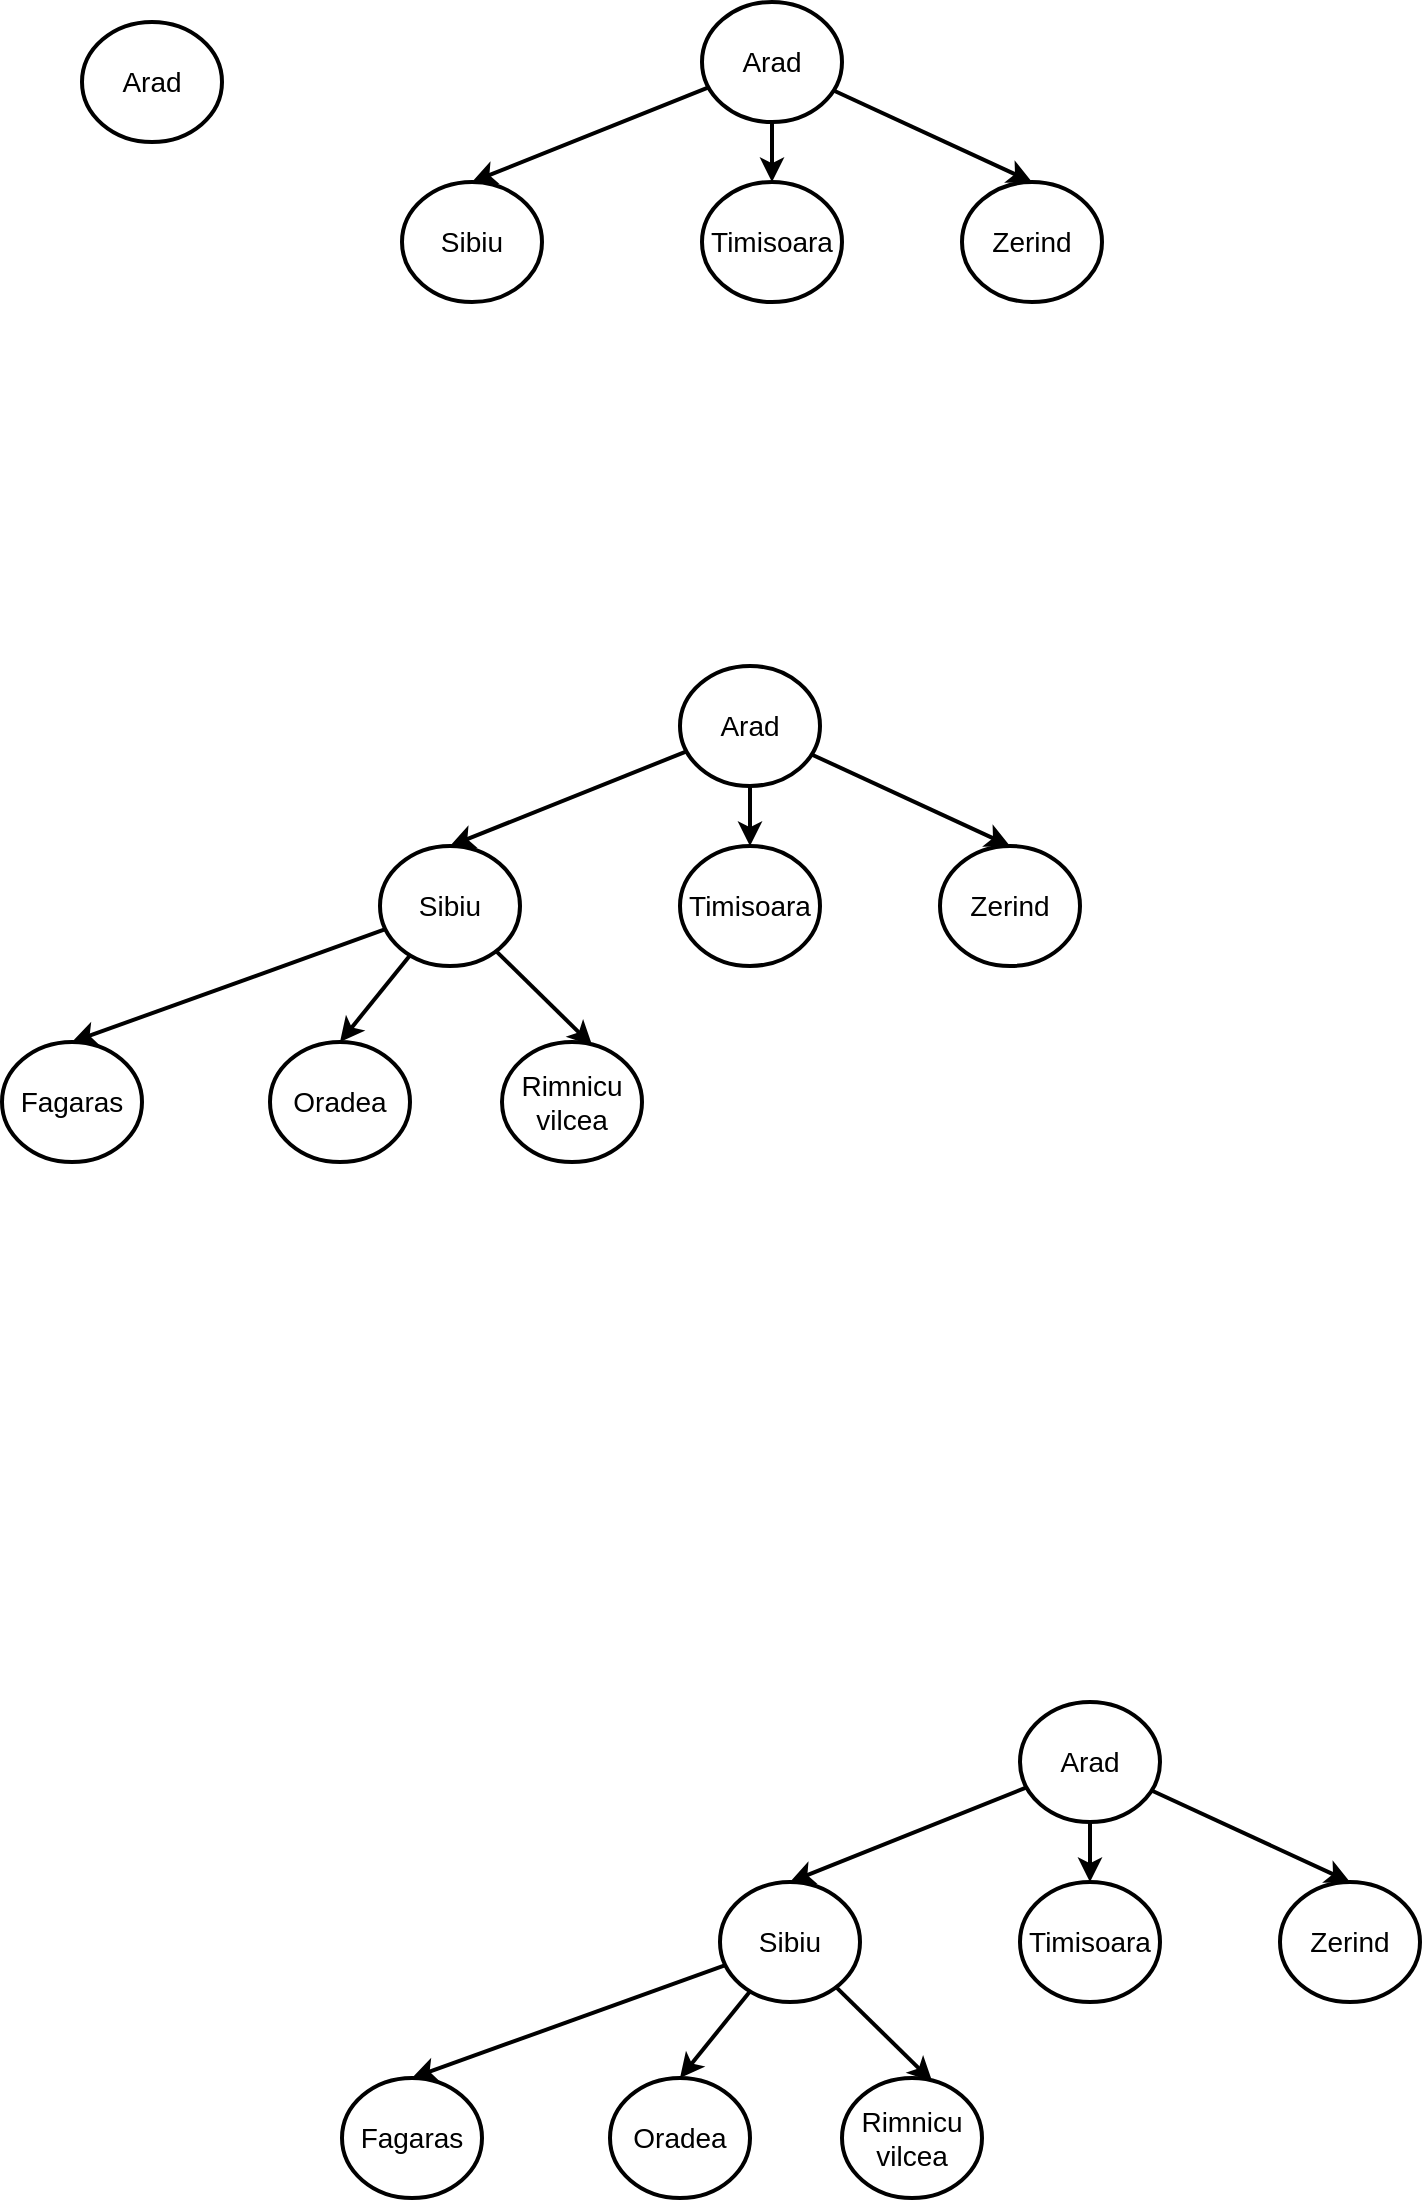
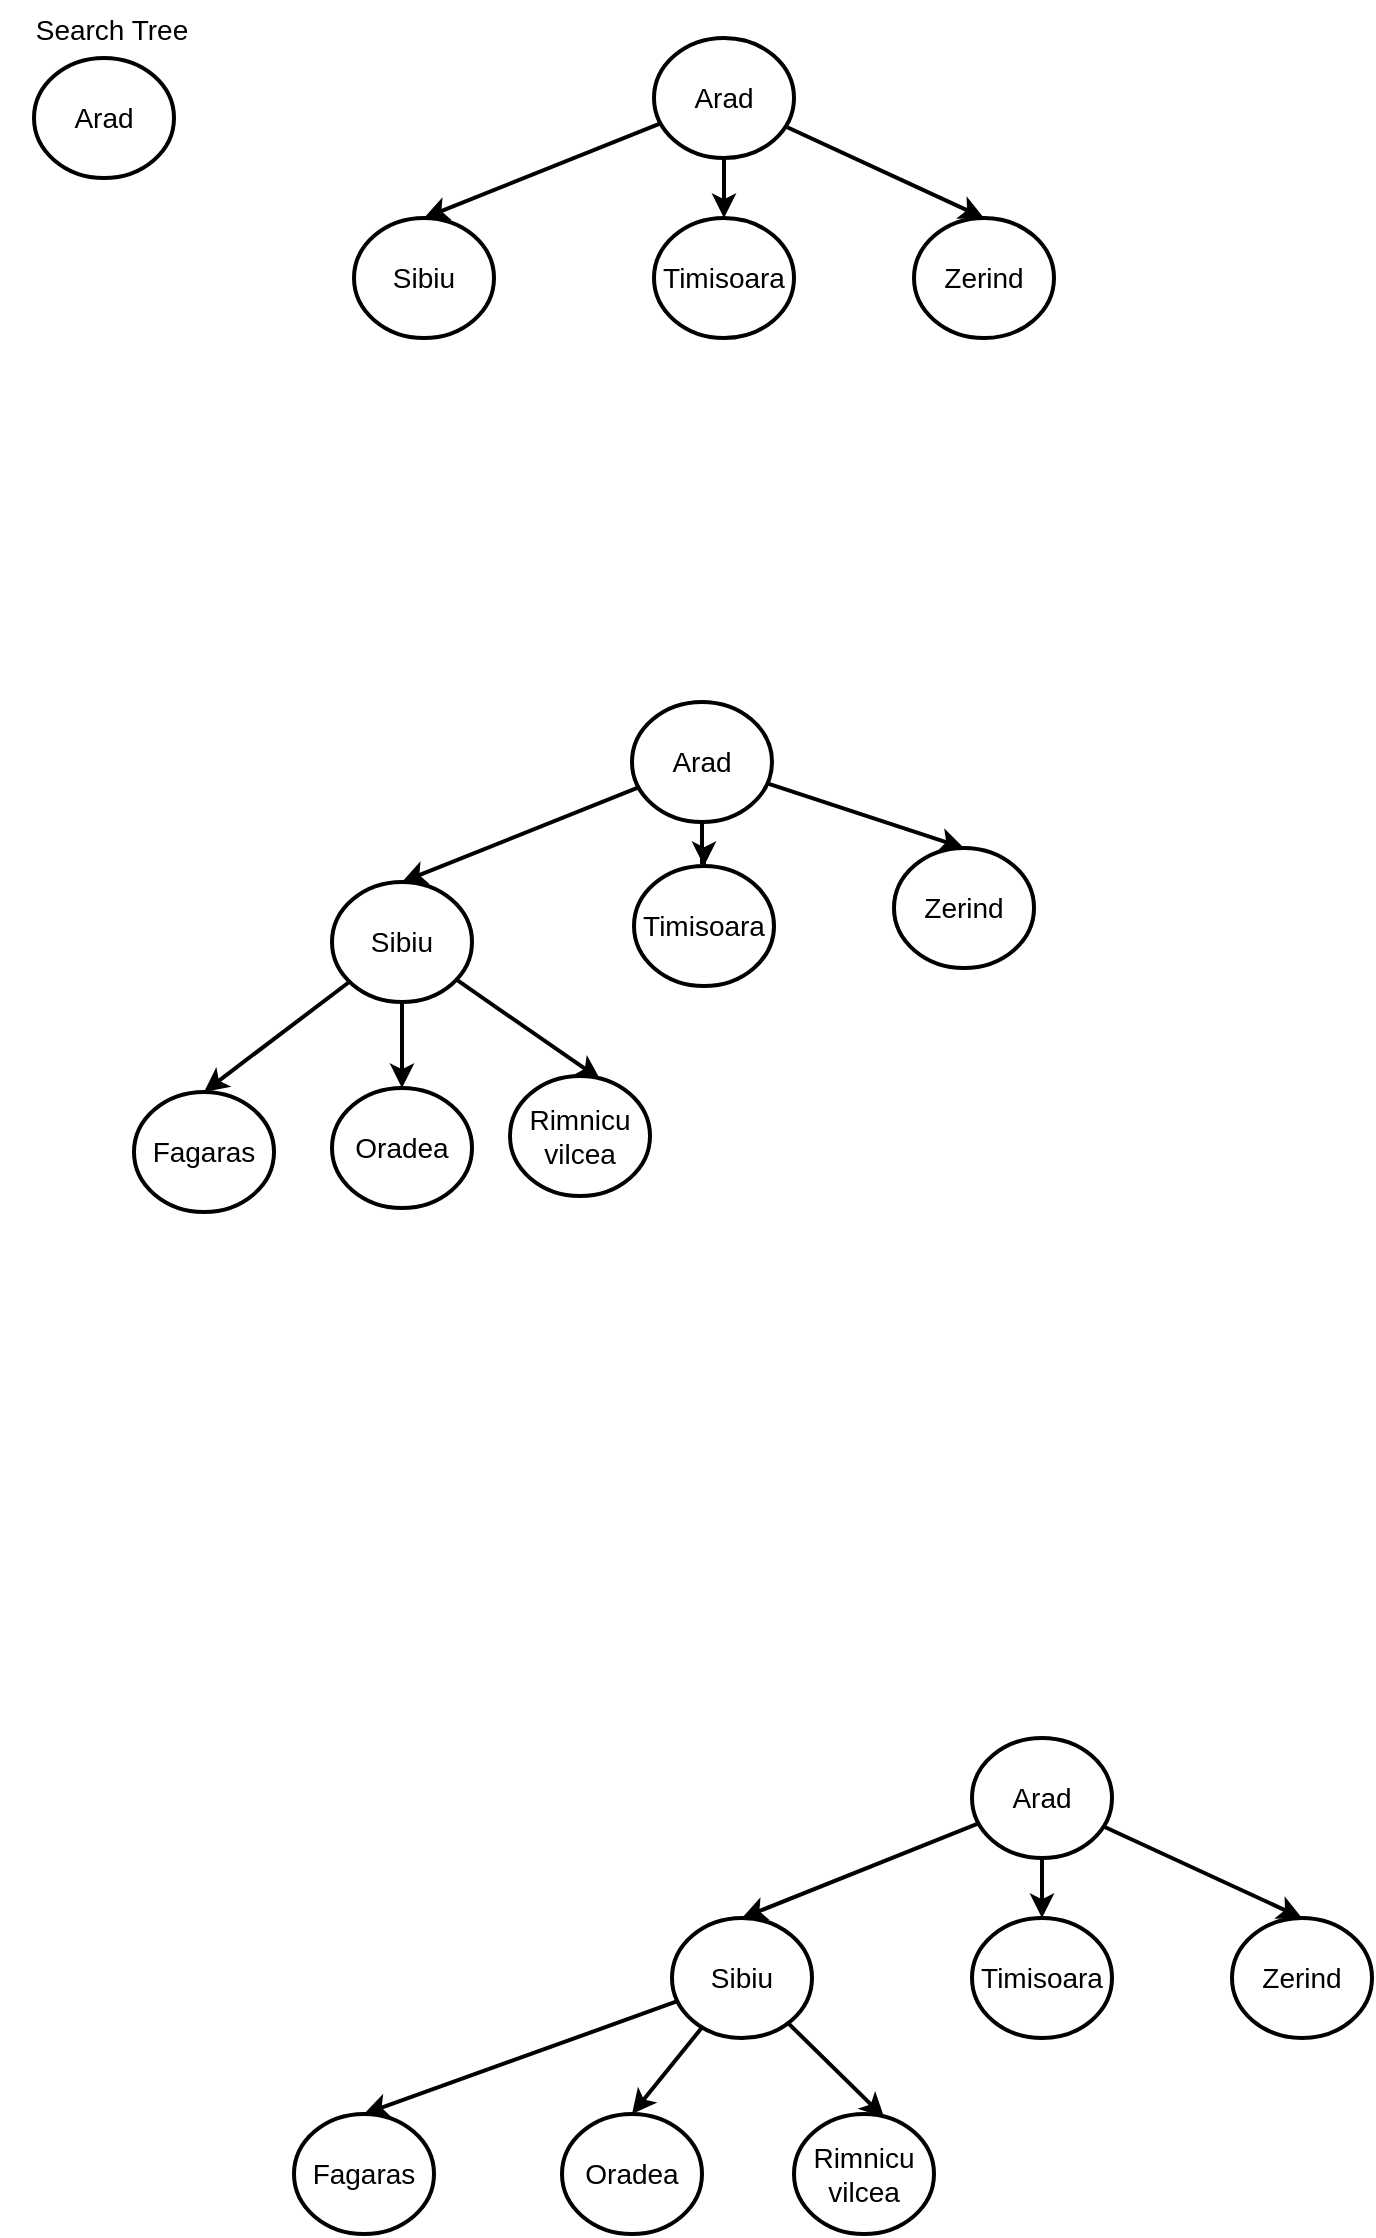
<mxfile host="app.diagrams.net">
  <diagram name="Page-1" id="BSzVWueWxRZ0f2yqvMc-">
-     <mxGraphModel dx="772" dy="413" grid="1" gridSize="10" guides="1" tooltips="1" connect="1" arrows="1" fold="1" page="1" pageScale="1" pageWidth="850" pageHeight="1100" math="0" shadow="0">
+     <mxGraphModel dx="656" dy="351" grid="0" gridSize="10" guides="0" tooltips="1" connect="1" arrows="1" fold="1" page="1" pageScale="1" pageWidth="850" pageHeight="1100" math="0" shadow="0">
      <root>
        <mxCell id="0" />
        <mxCell id="1" parent="0" />
        <mxCell id="DJkdPokyCSNuBn839fvl-1" parent="1" style="ellipse;whiteSpace=wrap;html=1;strokeWidth=2;fontSize=14;" value="Arad" vertex="1">
          <mxGeometry height="60" width="70" x="80" y="40" as="geometry" />
        </mxCell>
        <mxCell id="DJkdPokyCSNuBn839fvl-6" edge="1" parent="1" source="DJkdPokyCSNuBn839fvl-2" style="rounded=0;orthogonalLoop=1;jettySize=auto;html=1;entryX=0.5;entryY=0;entryDx=0;entryDy=0;strokeWidth=2;" target="DJkdPokyCSNuBn839fvl-3">
          <mxGeometry relative="1" as="geometry" />
        </mxCell>
        <mxCell id="DJkdPokyCSNuBn839fvl-7" edge="1" parent="1" source="DJkdPokyCSNuBn839fvl-2" style="edgeStyle=orthogonalEdgeStyle;rounded=0;orthogonalLoop=1;jettySize=auto;html=1;strokeWidth=2;" target="DJkdPokyCSNuBn839fvl-4" value="">
          <mxGeometry relative="1" as="geometry" />
        </mxCell>
        <mxCell id="DJkdPokyCSNuBn839fvl-8" edge="1" parent="1" source="DJkdPokyCSNuBn839fvl-2" style="rounded=0;orthogonalLoop=1;jettySize=auto;html=1;entryX=0.5;entryY=0;entryDx=0;entryDy=0;strokeWidth=2;" target="DJkdPokyCSNuBn839fvl-5">
          <mxGeometry relative="1" as="geometry" />
        </mxCell>
        <mxCell id="DJkdPokyCSNuBn839fvl-2" parent="1" style="ellipse;whiteSpace=wrap;html=1;strokeWidth=2;fontSize=14;" value="Arad" vertex="1">
          <mxGeometry height="60" width="70" x="390" y="30" as="geometry" />
        </mxCell>
        <mxCell id="DJkdPokyCSNuBn839fvl-3" parent="1" style="ellipse;whiteSpace=wrap;html=1;strokeWidth=2;fontSize=14;" value="Sibiu" vertex="1">
          <mxGeometry height="60" width="70" x="240" y="120" as="geometry" />
        </mxCell>
        <mxCell id="DJkdPokyCSNuBn839fvl-4" parent="1" style="ellipse;whiteSpace=wrap;html=1;strokeWidth=2;fontSize=14;" value="Timisoara" vertex="1">
          <mxGeometry height="60" width="70" x="390" y="120" as="geometry" />
        </mxCell>
        <mxCell id="DJkdPokyCSNuBn839fvl-5" parent="1" style="ellipse;whiteSpace=wrap;html=1;strokeWidth=2;fontSize=14;" value="Zerind" vertex="1">
          <mxGeometry height="60" width="70" x="520" y="120" as="geometry" />
        </mxCell>
        <mxCell id="DJkdPokyCSNuBn839fvl-9" edge="1" parent="1" source="DJkdPokyCSNuBn839fvl-12" style="rounded=0;orthogonalLoop=1;jettySize=auto;html=1;entryX=0.5;entryY=0;entryDx=0;entryDy=0;strokeWidth=2;" target="DJkdPokyCSNuBn839fvl-13">
          <mxGeometry relative="1" as="geometry" />
        </mxCell>
        <mxCell id="DJkdPokyCSNuBn839fvl-10" edge="1" parent="1" source="DJkdPokyCSNuBn839fvl-12" style="edgeStyle=orthogonalEdgeStyle;rounded=0;orthogonalLoop=1;jettySize=auto;html=1;strokeWidth=2;" target="DJkdPokyCSNuBn839fvl-14" value="">
          <mxGeometry relative="1" as="geometry" />
        </mxCell>
        <mxCell id="DJkdPokyCSNuBn839fvl-11" edge="1" parent="1" source="DJkdPokyCSNuBn839fvl-12" style="rounded=0;orthogonalLoop=1;jettySize=auto;html=1;entryX=0.5;entryY=0;entryDx=0;entryDy=0;strokeWidth=2;" target="DJkdPokyCSNuBn839fvl-15">
          <mxGeometry relative="1" as="geometry" />
        </mxCell>
        <mxCell id="DJkdPokyCSNuBn839fvl-12" parent="1" style="ellipse;whiteSpace=wrap;html=1;strokeWidth=2;fontSize=14;" value="Arad" vertex="1">
          <mxGeometry height="60" width="70" x="379" y="362" as="geometry" />
        </mxCell>
        <mxCell id="DJkdPokyCSNuBn839fvl-20" edge="1" parent="1" source="DJkdPokyCSNuBn839fvl-13" style="rounded=0;orthogonalLoop=1;jettySize=auto;html=1;entryX=0.5;entryY=0;entryDx=0;entryDy=0;strokeWidth=2;" target="DJkdPokyCSNuBn839fvl-16">
          <mxGeometry relative="1" as="geometry" />
        </mxCell>
        <mxCell id="DJkdPokyCSNuBn839fvl-22" edge="1" parent="1" source="DJkdPokyCSNuBn839fvl-13" style="rounded=0;orthogonalLoop=1;jettySize=auto;html=1;entryX=0.5;entryY=0;entryDx=0;entryDy=0;strokeWidth=2;" target="DJkdPokyCSNuBn839fvl-17">
          <mxGeometry relative="1" as="geometry" />
        </mxCell>
        <mxCell id="DJkdPokyCSNuBn839fvl-13" parent="1" style="ellipse;whiteSpace=wrap;html=1;strokeWidth=2;fontSize=14;" value="Sibiu" vertex="1">
          <mxGeometry height="60" width="70" x="229" y="452" as="geometry" />
        </mxCell>
        <mxCell id="DJkdPokyCSNuBn839fvl-14" parent="1" style="ellipse;whiteSpace=wrap;html=1;strokeWidth=2;fontSize=14;" value="Timisoara" vertex="1">
-           <mxGeometry height="60" width="70" x="379" y="452" as="geometry" />
+           <mxGeometry height="60" width="70" x="380" y="444" as="geometry" />
        </mxCell>
        <mxCell id="DJkdPokyCSNuBn839fvl-15" parent="1" style="ellipse;whiteSpace=wrap;html=1;strokeWidth=2;fontSize=14;" value="Zerind" vertex="1">
-           <mxGeometry height="60" width="70" x="509" y="452" as="geometry" />
+           <mxGeometry height="60" width="70" x="510" y="435" as="geometry" />
        </mxCell>
        <mxCell id="DJkdPokyCSNuBn839fvl-16" parent="1" style="ellipse;whiteSpace=wrap;html=1;strokeWidth=2;fontSize=14;" value="Fagaras" vertex="1">
-           <mxGeometry height="60" width="70" x="40" y="550" as="geometry" />
+           <mxGeometry height="60" width="70" x="130" y="557" as="geometry" />
        </mxCell>
        <mxCell id="DJkdPokyCSNuBn839fvl-17" parent="1" style="ellipse;whiteSpace=wrap;html=1;strokeWidth=2;fontSize=14;" value="Oradea" vertex="1">
-           <mxGeometry height="60" width="70" x="174" y="550" as="geometry" />
+           <mxGeometry height="60" width="70" x="229" y="555" as="geometry" />
        </mxCell>
        <mxCell id="DJkdPokyCSNuBn839fvl-18" parent="1" style="ellipse;whiteSpace=wrap;html=1;strokeWidth=2;fontSize=14;" value="Rimnicu vilcea" vertex="1">
-           <mxGeometry height="60" width="70" x="290" y="550" as="geometry" />
+           <mxGeometry height="60" width="70" x="318" y="549" as="geometry" />
        </mxCell>
        <mxCell id="Ml4Ql19CaX9xTliP9EH--1" edge="1" parent="1" source="DJkdPokyCSNuBn839fvl-13" style="rounded=0;orthogonalLoop=1;jettySize=auto;html=1;entryX=0.644;entryY=0.028;entryDx=0;entryDy=0;entryPerimeter=0;strokeWidth=2;" target="DJkdPokyCSNuBn839fvl-18">
          <mxGeometry relative="1" as="geometry" />
        </mxCell>
        <mxCell id="Ml4Ql19CaX9xTliP9EH--2" edge="1" parent="1" source="Ml4Ql19CaX9xTliP9EH--5" style="rounded=0;orthogonalLoop=1;jettySize=auto;html=1;entryX=0.5;entryY=0;entryDx=0;entryDy=0;strokeWidth=2;" target="Ml4Ql19CaX9xTliP9EH--8">
          <mxGeometry relative="1" as="geometry" />
        </mxCell>
        <mxCell id="Ml4Ql19CaX9xTliP9EH--3" edge="1" parent="1" source="Ml4Ql19CaX9xTliP9EH--5" style="edgeStyle=orthogonalEdgeStyle;rounded=0;orthogonalLoop=1;jettySize=auto;html=1;strokeWidth=2;" target="Ml4Ql19CaX9xTliP9EH--9" value="">
          <mxGeometry relative="1" as="geometry" />
        </mxCell>
        <mxCell id="Ml4Ql19CaX9xTliP9EH--4" edge="1" parent="1" source="Ml4Ql19CaX9xTliP9EH--5" style="rounded=0;orthogonalLoop=1;jettySize=auto;html=1;entryX=0.5;entryY=0;entryDx=0;entryDy=0;strokeWidth=2;" target="Ml4Ql19CaX9xTliP9EH--10">
          <mxGeometry relative="1" as="geometry" />
        </mxCell>
        <mxCell id="Ml4Ql19CaX9xTliP9EH--5" parent="1" style="ellipse;whiteSpace=wrap;html=1;strokeWidth=2;fontSize=14;" value="Arad" vertex="1">
          <mxGeometry height="60" width="70" x="549" y="880" as="geometry" />
        </mxCell>
        <mxCell id="Ml4Ql19CaX9xTliP9EH--6" edge="1" parent="1" source="Ml4Ql19CaX9xTliP9EH--8" style="rounded=0;orthogonalLoop=1;jettySize=auto;html=1;entryX=0.5;entryY=0;entryDx=0;entryDy=0;strokeWidth=2;" target="Ml4Ql19CaX9xTliP9EH--11">
          <mxGeometry relative="1" as="geometry" />
        </mxCell>
        <mxCell id="Ml4Ql19CaX9xTliP9EH--7" edge="1" parent="1" source="Ml4Ql19CaX9xTliP9EH--8" style="rounded=0;orthogonalLoop=1;jettySize=auto;html=1;entryX=0.5;entryY=0;entryDx=0;entryDy=0;strokeWidth=2;" target="Ml4Ql19CaX9xTliP9EH--12">
          <mxGeometry relative="1" as="geometry" />
        </mxCell>
        <mxCell id="Ml4Ql19CaX9xTliP9EH--8" parent="1" style="ellipse;whiteSpace=wrap;html=1;strokeWidth=2;fontSize=14;" value="Sibiu" vertex="1">
          <mxGeometry height="60" width="70" x="399" y="970" as="geometry" />
        </mxCell>
        <mxCell id="Ml4Ql19CaX9xTliP9EH--9" parent="1" style="ellipse;whiteSpace=wrap;html=1;strokeWidth=2;fontSize=14;" value="Timisoara" vertex="1">
          <mxGeometry height="60" width="70" x="549" y="970" as="geometry" />
        </mxCell>
        <mxCell id="Ml4Ql19CaX9xTliP9EH--10" parent="1" style="ellipse;whiteSpace=wrap;html=1;strokeWidth=2;fontSize=14;" value="Zerind" vertex="1">
          <mxGeometry height="60" width="70" x="679" y="970" as="geometry" />
        </mxCell>
        <mxCell id="Ml4Ql19CaX9xTliP9EH--11" parent="1" style="ellipse;whiteSpace=wrap;html=1;strokeWidth=2;fontSize=14;" value="Fagaras" vertex="1">
          <mxGeometry height="60" width="70" x="210" y="1068" as="geometry" />
        </mxCell>
        <mxCell id="Ml4Ql19CaX9xTliP9EH--12" parent="1" style="ellipse;whiteSpace=wrap;html=1;strokeWidth=2;fontSize=14;" value="Oradea" vertex="1">
          <mxGeometry height="60" width="70" x="344" y="1068" as="geometry" />
        </mxCell>
        <mxCell id="Ml4Ql19CaX9xTliP9EH--13" parent="1" style="ellipse;whiteSpace=wrap;html=1;strokeWidth=2;fontSize=14;" value="Rimnicu vilcea" vertex="1">
          <mxGeometry height="60" width="70" x="460" y="1068" as="geometry" />
        </mxCell>
        <mxCell id="Ml4Ql19CaX9xTliP9EH--14" edge="1" parent="1" source="Ml4Ql19CaX9xTliP9EH--8" style="rounded=0;orthogonalLoop=1;jettySize=auto;html=1;entryX=0.644;entryY=0.028;entryDx=0;entryDy=0;entryPerimeter=0;strokeWidth=2;" target="Ml4Ql19CaX9xTliP9EH--13">
          <mxGeometry relative="1" as="geometry" />
        </mxCell>
+         <mxCell id="Ml4Ql19CaX9xTliP9EH--15" parent="1" style="text;html=1;whiteSpace=wrap;strokeColor=none;fillColor=none;align=center;verticalAlign=middle;rounded=0;fontSize=14;" value="Search Tree" vertex="1">
+           <mxGeometry height="30" width="112" x="63" y="11" as="geometry" />
+         </mxCell>
      </root>
    </mxGraphModel>
  </diagram>
</mxfile>
